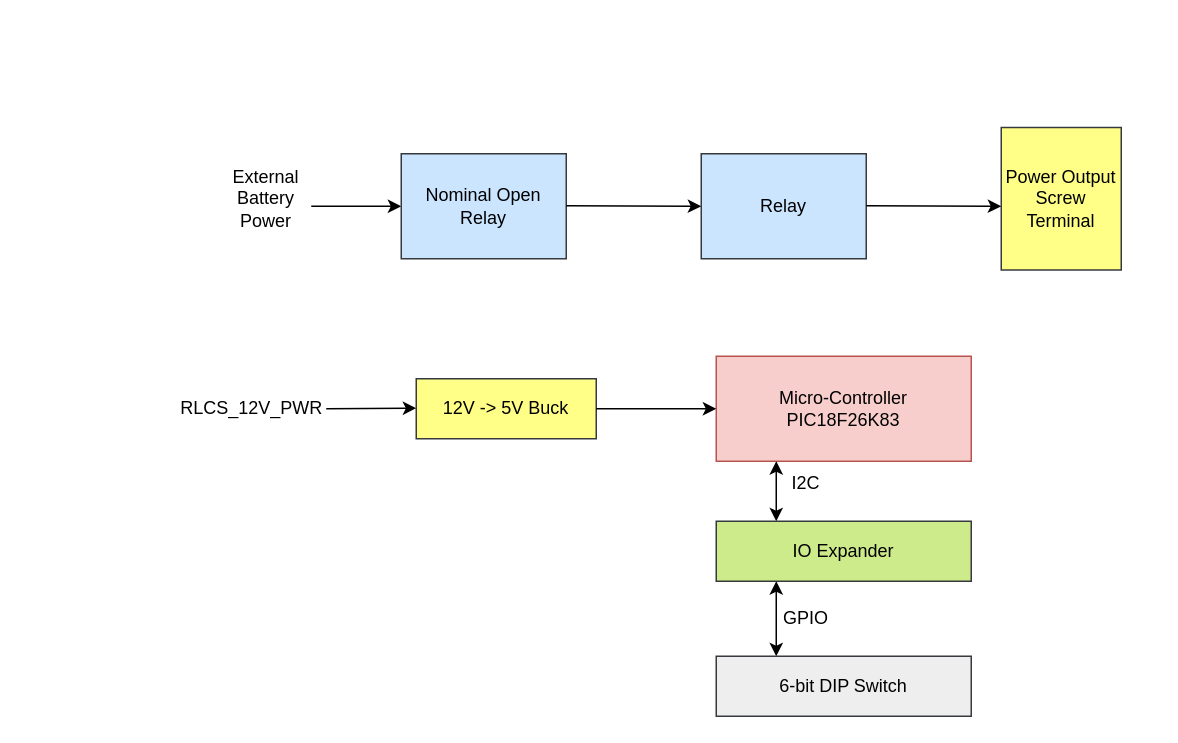
Above: page "Relay Board" (3 of 4) of electrical-gse/rlcs-v4/RLCS v4 System Architecture.drawio in waterloo-rocketry/docs (draw.io), before the change. Source tidied: cells renumbered, new cells numbered last; positions are measured from the earlier drawing's top-left corner, leaving out a move shared by most shapes. Both pictures are drawn from the tidied source at 150%, with x=0, y=0 at pixel (160, 128).
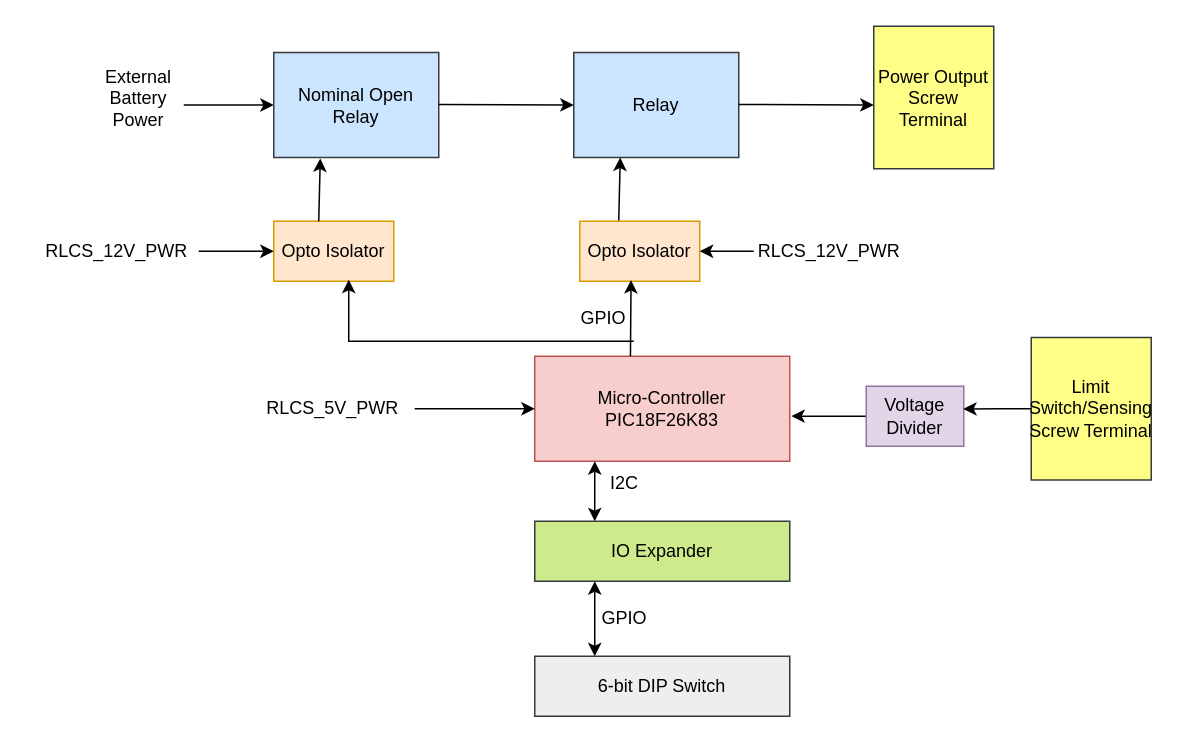
After the change.

Diff of the diagram source:
```diff
@@
     <mxCell id="2" value="&lt;div&gt;Micro-Controller&lt;/div&gt;&lt;div&gt;PIC18F26K83&lt;/div&gt;" style="rounded=0;whiteSpace=wrap;html=1;fillColor=#f8cecc;strokeColor=#b85450;" parent="1" vertex="1">
-      <mxGeometry x="370" y="152" width="170" height="70" as="geometry" />
+      <mxGeometry x="249" y="152" width="170" height="70" as="geometry" />
     </mxCell>
-    <mxCell id="3" value="12V -&amp;gt; 5V Buck" style="rounded=0;whiteSpace=wrap;html=1;fillColor=#ffff88;strokeColor=#36393d;" parent="1" vertex="1">
-      <mxGeometry x="170" y="167" width="120" height="40" as="geometry" />
-    </mxCell>
-    <mxCell id="4" style="endArrow=classic;html=1;rounded=0;entryX=0;entryY=0.5;entryDx=0;entryDy=0;exitX=1;exitY=0.5;exitDx=0;exitDy=0;" parent="1" edge="1" source="3" target="2">
-      <mxGeometry relative="1" as="geometry" />
+    <mxCell id="4" style="endArrow=classic;html=1;rounded=0;entryX=0;entryY=0.5;entryDx=0;entryDy=0;exitX=1;exitY=0.5;exitDx=0;exitDy=0;" parent="1" edge="1" target="2">
+      <mxGeometry relative="1" as="geometry">
+        <mxPoint x="169" y="187" as="sourcePoint" />
+      </mxGeometry>
     </mxCell>
-    <mxCell id="5" value="RLCS_12V_PWR" style="text;html=1;align=center;verticalAlign=middle;strokeColor=none;fillColor=none;" parent="1" vertex="1">
-      <mxGeometry y="172" width="120" height="30" as="geometry" />
+    <mxCell id="5" value="RLCS_5V_PWR" style="text;html=1;align=center;verticalAlign=middle;strokeColor=none;fillColor=none;" parent="1" vertex="1">
+      <mxGeometry x="59" y="172" width="110" height="30" as="geometry" />
     </mxCell>
-    <mxCell id="6" style="endArrow=classic;html=1;rounded=0;entryX=0;entryY=0.5;entryDx=0;entryDy=0;" parent="1" edge="1">
-      <mxGeometry relative="1" as="geometry">
-        <mxPoint x="110" y="187" as="sourcePoint" />
-        <mxPoint x="170" y="186.6" as="targetPoint" />
-      </mxGeometry>
-    </mxCell>
     <mxCell id="7" style="endArrow=classic;startArrow=classic;html=1;rounded=0;" parent="1" edge="1">
       <mxGeometry relative="1" as="geometry">
-        <mxPoint x="410" y="262" as="sourcePoint" />
-        <mxPoint x="410" y="222" as="targetPoint" />
+        <mxPoint x="289" y="262" as="sourcePoint" />
+        <mxPoint x="289" y="222" as="targetPoint" />
       </mxGeometry>
     </mxCell>
     <mxCell id="8" value="I2C" style="text;html=1;align=center;verticalAlign=middle;whiteSpace=wrap;rounded=0;" parent="1" vertex="1">
-      <mxGeometry x="400" y="222" width="60" height="30" as="geometry" />
+      <mxGeometry x="279" y="222" width="60" height="30" as="geometry" />
     </mxCell>
     <mxCell id="9" value="IO Expander" style="rounded=0;whiteSpace=wrap;html=1;fillColor=#cdeb8b;strokeColor=#36393d;" parent="1" vertex="1">
-      <mxGeometry x="370" y="262" width="170" height="40" as="geometry" />
+      <mxGeometry x="249" y="262" width="170" height="40" as="geometry" />
     </mxCell>
     <mxCell id="10" style="endArrow=classic;startArrow=classic;html=1;rounded=0;" parent="1" edge="1">
       <mxGeometry relative="1" as="geometry">
-        <mxPoint x="410" y="352" as="sourcePoint" />
-        <mxPoint x="410" y="302" as="targetPoint" />
+        <mxPoint x="289" y="352" as="sourcePoint" />
+        <mxPoint x="289" y="302" as="targetPoint" />
       </mxGeometry>
     </mxCell>
     <mxCell id="11" value="GPIO" style="text;html=1;align=center;verticalAlign=middle;whiteSpace=wrap;rounded=0;" parent="1" vertex="1">
-      <mxGeometry x="400" y="312" width="60" height="30" as="geometry" />
+      <mxGeometry x="279" y="312" width="60" height="30" as="geometry" />
     </mxCell>
     <mxCell id="12" value="6-bit DIP Switch" style="rounded=0;whiteSpace=wrap;html=1;fillColor=#eeeeee;strokeColor=#36393d;" parent="1" vertex="1">
-      <mxGeometry x="370" y="352" width="170" height="40" as="geometry" />
+      <mxGeometry x="249" y="352" width="170" height="40" as="geometry" />
     </mxCell>
     <mxCell id="13" style="endArrow=classic;html=1;rounded=0;" parent="1" edge="1">
       <mxGeometry relative="1" as="geometry">
-        <mxPoint x="100" y="52" as="sourcePoint" />
-        <mxPoint x="160" y="52" as="targetPoint" />
+        <mxPoint x="15" y="-15.5" as="sourcePoint" />
+        <mxPoint x="75" y="-15.5" as="targetPoint" />
       </mxGeometry>
     </mxCell>
     <mxCell id="14" value="External Battery Power" style="text;html=1;align=center;verticalAlign=middle;whiteSpace=wrap;rounded=0;" parent="1" vertex="1">
-      <mxGeometry x="40" y="32" width="60" height="30" as="geometry" />
+      <mxGeometry x="-45" y="-35.5" width="60" height="30" as="geometry" />
     </mxCell>
     <mxCell id="15" value="Power Output Screw Terminal" style="rounded=0;whiteSpace=wrap;html=1;fillColor=#ffff88;strokeColor=#36393d;" parent="1" vertex="1">
-      <mxGeometry x="560" y="-0.5" width="80" height="95" as="geometry" />
+      <mxGeometry x="475" y="-68" width="80" height="95" as="geometry" />
     </mxCell>
     <mxCell id="16" value="Nominal Open Relay" style="rounded=0;whiteSpace=wrap;html=1;fillColor=#cce5ff;strokeColor=#36393d;" parent="1" vertex="1">
-      <mxGeometry x="160" y="17" width="110" height="70" as="geometry" />
+      <mxGeometry x="75" y="-50.5" width="110" height="70" as="geometry" />
     </mxCell>
     <mxCell id="17" value="Relay" style="rounded=0;whiteSpace=wrap;html=1;fillColor=#cce5ff;strokeColor=#36393d;" parent="1" vertex="1">
-      <mxGeometry x="360" y="17" width="110" height="70" as="geometry" />
+      <mxGeometry x="275" y="-50.5" width="110" height="70" as="geometry" />
     </mxCell>
     <mxCell id="18" style="endArrow=classic;html=1;rounded=0;entryX=0;entryY=0.5;entryDx=0;entryDy=0;" parent="1" edge="1" target="17">
       <mxGeometry relative="1" as="geometry">
-        <mxPoint x="270" y="51.6" as="sourcePoint" />
+        <mxPoint x="185" y="-15.9" as="sourcePoint" />
       </mxGeometry>
     </mxCell>
     <mxCell id="19" style="endArrow=classic;html=1;rounded=0;entryX=0;entryY=0.5;entryDx=0;entryDy=0;" parent="1" edge="1">
       <mxGeometry relative="1" as="geometry">
-        <mxPoint x="470" y="51.6" as="sourcePoint" />
-        <mxPoint x="560" y="52" as="targetPoint" />
+        <mxPoint x="385" y="-15.9" as="sourcePoint" />
+        <mxPoint x="475" y="-15.5" as="targetPoint" />
       </mxGeometry>
     </mxCell>
+    <mxCell id="20" value="RLCS_12V_PWR" style="text;html=1;align=center;verticalAlign=middle;strokeColor=none;fillColor=none;" parent="1" vertex="1">
+      <mxGeometry x="-90" y="67" width="120" height="30" as="geometry" />
+    </mxCell>
+    <mxCell id="21" value="Opto Isolator" style="rounded=0;whiteSpace=wrap;html=1;fillColor=#ffe6cc;strokeColor=#d79b00;" parent="1" vertex="1">
+      <mxGeometry x="75" y="62" width="80" height="40" as="geometry" />
+    </mxCell>
+    <mxCell id="22" value="Opto Isolator" style="rounded=0;whiteSpace=wrap;html=1;fillColor=#ffe6cc;strokeColor=#d79b00;" parent="1" vertex="1">
+      <mxGeometry x="279" y="62" width="80" height="40" as="geometry" />
+    </mxCell>
+    <mxCell id="23" style="endArrow=classic;html=1;rounded=0;entryX=0.43;entryY=0.979;entryDx=0;entryDy=0;entryPerimeter=0;" parent="1" edge="1">
+      <mxGeometry relative="1" as="geometry">
+        <mxPoint x="312.8" y="152" as="sourcePoint" />
+        <mxPoint x="313.2" y="101.2" as="targetPoint" />
+      </mxGeometry>
+    </mxCell>
+    <mxCell id="24" style="endArrow=classic;html=1;rounded=0;entryX=0.43;entryY=0.979;entryDx=0;entryDy=0;entryPerimeter=0;" parent="1" edge="1">
+      <mxGeometry relative="1" as="geometry">
+        <mxPoint x="315" y="142" as="sourcePoint" />
+        <mxPoint x="125" y="101" as="targetPoint" />
+        <Array as="points">
+          <mxPoint x="125" y="142" />
+        </Array>
+      </mxGeometry>
+    </mxCell>
+    <mxCell id="25" value="GPIO" style="text;html=1;align=center;verticalAlign=middle;whiteSpace=wrap;rounded=0;" parent="1" vertex="1">
+      <mxGeometry x="265" y="112" width="60" height="30" as="geometry" />
+    </mxCell>
+    <mxCell id="26" style="endArrow=classic;html=1;rounded=0;entryX=0.282;entryY=1.009;entryDx=0;entryDy=0;entryPerimeter=0;" parent="1" edge="1" target="16">
+      <mxGeometry relative="1" as="geometry">
+        <mxPoint x="105" y="62" as="sourcePoint" />
+      </mxGeometry>
+    </mxCell>
+    <mxCell id="27" style="endArrow=classic;html=1;rounded=0;entryX=0.282;entryY=1.009;entryDx=0;entryDy=0;entryPerimeter=0;" parent="1" edge="1">
+      <mxGeometry relative="1" as="geometry">
+        <mxPoint x="305" y="61.5" as="sourcePoint" />
+        <mxPoint x="306" y="19.5" as="targetPoint" />
+      </mxGeometry>
+    </mxCell>
+    <mxCell id="28" style="endArrow=classic;html=1;rounded=0;entryX=0;entryY=0.5;entryDx=0;entryDy=0;" parent="1" edge="1" target="21">
+      <mxGeometry relative="1" as="geometry">
+        <mxPoint x="25" y="82" as="sourcePoint" />
+      </mxGeometry>
+    </mxCell>
+    <mxCell id="29" value="RLCS_12V_PWR" style="text;html=1;align=center;verticalAlign=middle;strokeColor=none;fillColor=none;" parent="1" vertex="1">
+      <mxGeometry x="385" y="67" width="120" height="30" as="geometry" />
+    </mxCell>
+    <mxCell id="30" style="endArrow=classic;html=1;rounded=0;" parent="1" edge="1">
+      <mxGeometry relative="1" as="geometry">
+        <mxPoint x="395" y="82" as="sourcePoint" />
+        <mxPoint x="359" y="82" as="targetPoint" />
+      </mxGeometry>
+    </mxCell>
+    <mxCell id="31" value="Limit Switch/Sensing Screw Terminal" style="rounded=0;whiteSpace=wrap;html=1;fillColor=#ffff88;strokeColor=#36393d;" parent="1" vertex="1">
+      <mxGeometry x="580" y="139.5" width="80" height="95" as="geometry" />
+    </mxCell>
+    <mxCell id="32" style="edgeStyle=orthogonalEdgeStyle;rounded=0;jettySize=auto;html=1;exitX=0;exitY=0.5;exitDx=0;exitDy=0;" parent="1" edge="1" source="33">
+      <mxGeometry relative="1" as="geometry">
+        <mxPoint x="420" y="191.9" as="targetPoint" />
+      </mxGeometry>
+    </mxCell>
+    <mxCell id="33" value="Voltage Divider" style="rounded=0;whiteSpace=wrap;html=1;fillColor=#e1d5e7;strokeColor=#9673a6;" parent="1" vertex="1">
+      <mxGeometry x="470" y="172" width="65" height="40" as="geometry" />
+    </mxCell>
+    <mxCell id="34" style="edgeStyle=orthogonalEdgeStyle;rounded=0;jettySize=auto;html=1;exitX=0;exitY=0.5;exitDx=0;exitDy=0;entryX=0.994;entryY=0.378;entryDx=0;entryDy=0;entryPerimeter=0;" parent="1" edge="1" source="31" target="33">
+      <mxGeometry relative="1" as="geometry" />
+    </mxCell>
```
